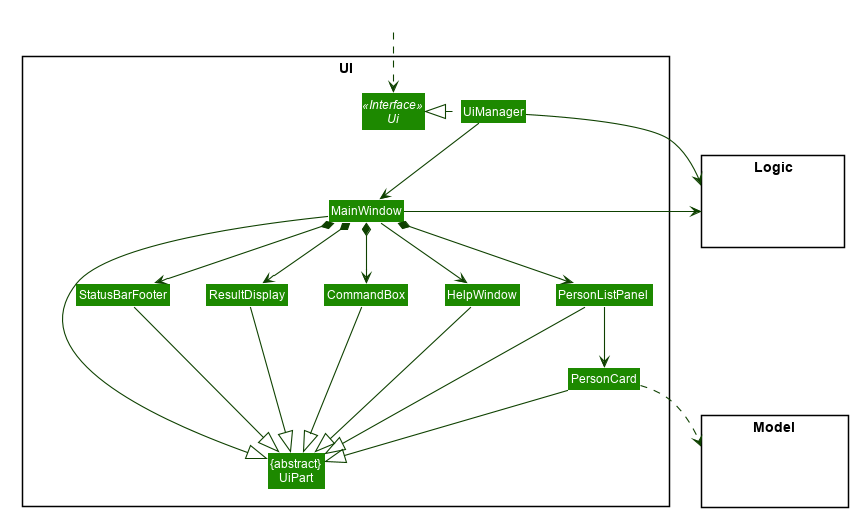
This is docs/images/UiClassDiagram.png from nus-cs2103-AY2021S1/tp, a PlantUML export, as it was before one commit. The source it was exported from:
```plantuml
@startuml








skinparam BackgroundColor #FFFFFFF

skinparam Shadowing false

skinparam Class {
    FontColor #FFFFFF
    BorderThickness 1
    BorderColor #FFFFFF
    StereotypeFontColor #FFFFFF
    FontName Arial
}

skinparam Actor {
    BorderColor #000000
    Color #000000
    FontName Arial
}

skinparam Sequence {
    MessageAlign center
    BoxFontSize 15
    BoxPadding 0
    BoxFontColor #FFFFFF
    FontName Arial
}

skinparam Participant {
    FontColor #FFFFFFF
    Padding 20
}

skinparam MinClassWidth 50
skinparam ParticipantPadding 10
skinparam Shadowing false
skinparam DefaultTextAlignment center
skinparam packageStyle Rectangle

hide footbox
hide members
hide circle
skinparam arrowThickness 1.1
skinparam arrowColor #0E4100
skinparam classBackgroundColor #1D8900

package UI <<Rectangle>>{
Interface Ui <<Interface>>
Class "{abstract}\nUiPart" as UiPart
Class UiManager
Class MainWindow
Class HelpWindow
Class ResultDisplay
Class PersonListPanel
Class PersonCard
Class StatusBarFooter
Class CommandBox
}

package Model <<Rectangle>> {
Class HiddenModel #FFFFFF
}

package Logic <<Rectangle>> {
Class HiddenLogic #FFFFFF
}

Class HiddenOutside #FFFFFF
HiddenOutside ..> Ui

UiManager .left.|> Ui
UiManager -down-> MainWindow
MainWindow --> HelpWindow
MainWindow *-down-> CommandBox
MainWindow *-down-> ResultDisplay
MainWindow *-down-> PersonListPanel
MainWindow *-down-> StatusBarFooter

PersonListPanel -down-> PersonCard

MainWindow -left-|> UiPart

ResultDisplay --|> UiPart
CommandBox --|> UiPart
PersonListPanel --|> UiPart
PersonCard --|> UiPart
StatusBarFooter --|> UiPart
HelpWindow -down-|> UiPart

PersonCard ..> Model
UiManager -right-> Logic
MainWindow -left-> Logic

PersonListPanel -[hidden]left- HelpWindow
HelpWindow -[hidden]left- CommandBox
CommandBox -[hidden]left- ResultDisplay
ResultDisplay -[hidden]left- StatusBarFooter

MainWindow -[hidden]-|> UiPart
@enduml
```
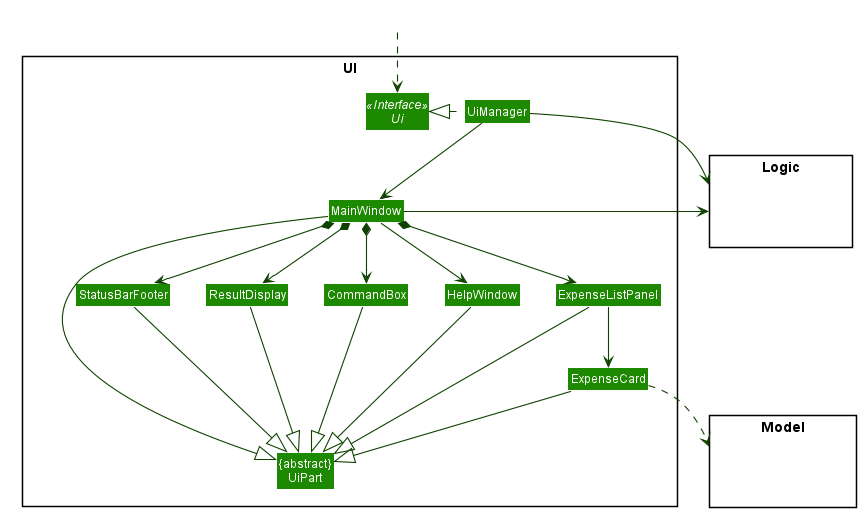
After the change.

Diff of the diagram source:
```diff
@@ -58,8 +58,8 @@
 Class MainWindow
 Class HelpWindow
 Class ResultDisplay
-Class PersonListPanel
-Class PersonCard
+Class ExpenseListPanel
+Class ExpenseCard
 Class StatusBarFooter
 Class CommandBox
 }
@@ -80,25 +80,25 @@
 MainWindow --> HelpWindow
 MainWindow *-down-> CommandBox
 MainWindow *-down-> ResultDisplay
-MainWindow *-down-> PersonListPanel
+MainWindow *-down-> ExpenseListPanel
 MainWindow *-down-> StatusBarFooter
 
-PersonListPanel -down-> PersonCard
+ExpenseListPanel -down-> ExpenseCard
 
 MainWindow -left-|> UiPart
 
 ResultDisplay --|> UiPart
 CommandBox --|> UiPart
-PersonListPanel --|> UiPart
-PersonCard --|> UiPart
+ExpenseListPanel --|> UiPart
+ExpenseCard --|> UiPart
 StatusBarFooter --|> UiPart
 HelpWindow -down-|> UiPart
 
-PersonCard ..> Model
+ExpenseCard ..> Model
 UiManager -right-> Logic
 MainWindow -left-> Logic
 
-PersonListPanel -[hidden]left- HelpWindow
+ExpenseListPanel -[hidden]left- HelpWindow
 HelpWindow -[hidden]left- CommandBox
 CommandBox -[hidden]left- ResultDisplay
 ResultDisplay -[hidden]left- StatusBarFooter
```
